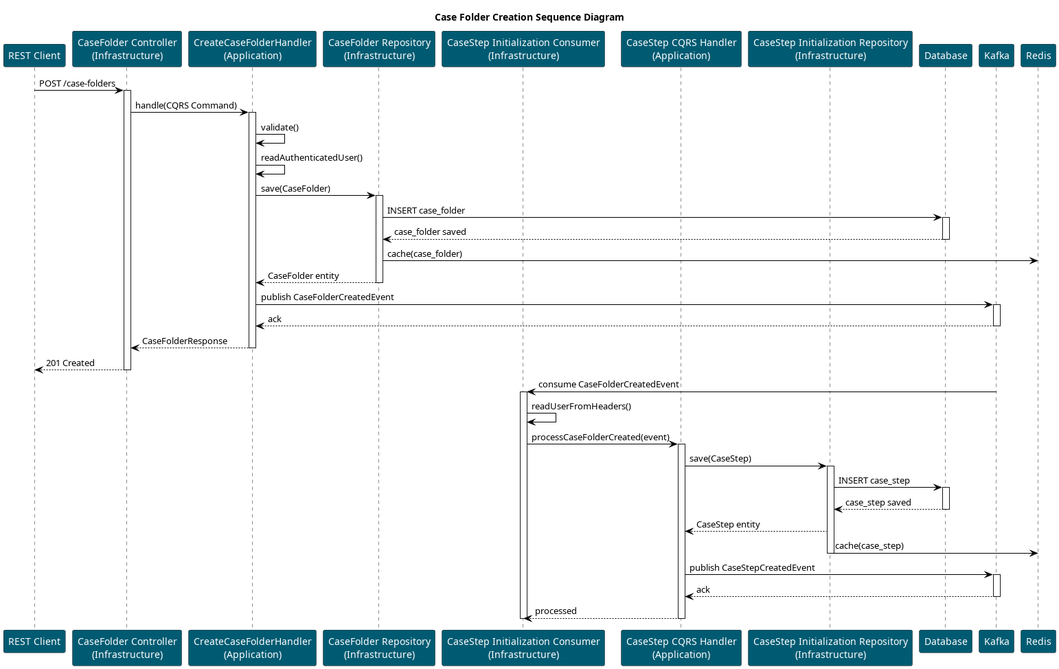
This is images/case-folder-creation-diagram.png from labcabrera/archetype-spring-cloud-stream-vertical-slice, a PlantUML export, as it was before one commit.
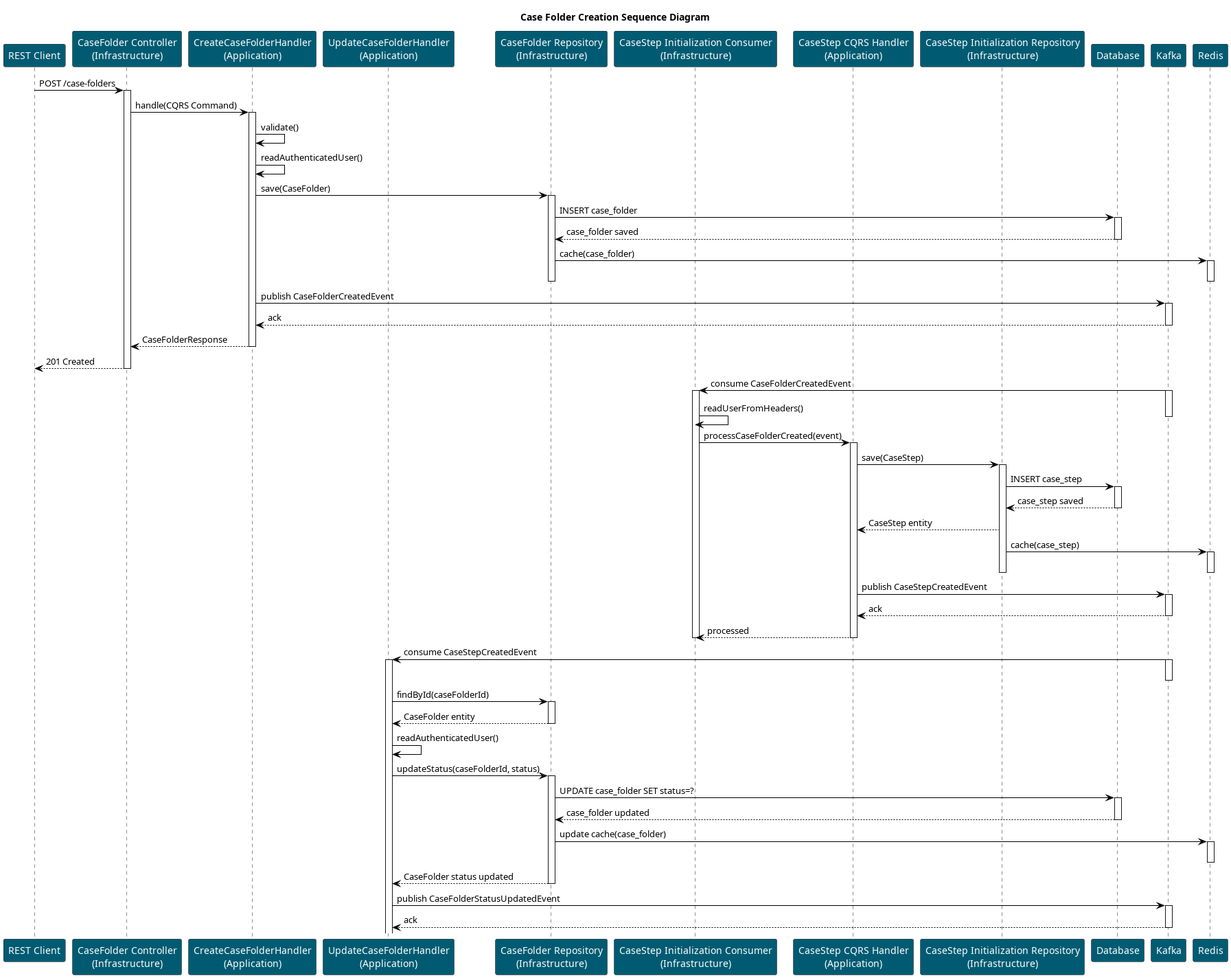
Above is the later version.

What changed in the source:
```diff
@@ -6,66 +6,100 @@
 skinparam ArrowColor #000000
 
 participant "REST Client" as Client
-participant "CaseFolder Controller\n(Infrastructure)" as CaseFolderCtrl
-participant "CreateCaseFolderHandler\n(Application)" as CaseFolderHandler
-participant "CaseFolder Repository\n(Infrastructure)" as CaseFolderRepo
-participant "CaseStep Initialization Consumer\n(Infrastructure)" as ConfConsumer
+participant "CaseFolder Controller\n(Infrastructure)" as CaseFolderController
+participant "CreateCaseFolderHandler\n(Application)" as CreateCaseFolderHandler
+participant "UpdateCaseFolderHandler\n(Application)" as UpdateCaseFolderHandler
+participant "CaseFolder Repository\n(Infrastructure)" as CaseFolderRepository
+participant "CaseStep Initialization Consumer\n(Infrastructure)" as CaseStepConsumer
 participant "CaseStep CQRS Handler\n(Application)" as ConfService
-participant "CaseStep Initialization Repository\n(Infrastructure)" as ConfRepo
+participant "CaseStep Initialization Repository\n(Infrastructure)" as CaseStepRepository
 participant "Database" as DB
 participant "Kafka" as Kafka
 participant "Redis" as Redis
 
-Client -> CaseFolderCtrl: POST /case-folders
-activate CaseFolderCtrl
+Client -> CaseFolderController: POST /case-folders
+activate CaseFolderController
 
-CaseFolderCtrl -> CaseFolderHandler: handle(CQRS Command)
-activate CaseFolderHandler
-CaseFolderHandler -> CaseFolderHandler: validate()
-CaseFolderHandler -> CaseFolderHandler: readAuthenticatedUser()
-CaseFolderHandler -> CaseFolderRepo: save(CaseFolder)
-activate CaseFolderRepo
-CaseFolderRepo -> DB: INSERT case_folder
+CaseFolderController -> CreateCaseFolderHandler: handle(CQRS Command)
+activate CreateCaseFolderHandler
+CreateCaseFolderHandler -> CreateCaseFolderHandler: validate()
+CreateCaseFolderHandler -> CreateCaseFolderHandler: readAuthenticatedUser()
+CreateCaseFolderHandler -> CaseFolderRepository: save(CaseFolder)
+activate CaseFolderRepository
+CaseFolderRepository -> DB: INSERT case_folder
 activate DB
-DB --> CaseFolderRepo: case_folder saved
+DB --> CaseFolderRepository: case_folder saved
 deactivate DB
-CaseFolderRepo -> Redis: cache(case_folder)
-CaseFolderRepo --> CaseFolderHandler: CaseFolder entity
-deactivate CaseFolderRepo
+CaseFolderRepository -> Redis: cache(case_folder)
+activate Redis
+deactivate Redis
 
-CaseFolderHandler -> Kafka: publish CaseFolderCreatedEvent
+deactivate CaseFolderRepository
+
+CreateCaseFolderHandler -> Kafka: publish CaseFolderCreatedEvent
 activate Kafka
-Kafka --> CaseFolderHandler: ack
+Kafka --> CreateCaseFolderHandler: ack
 deactivate Kafka
 
-CaseFolderHandler --> CaseFolderCtrl: CaseFolderResponse
-deactivate CaseFolderHandler
-CaseFolderCtrl --> Client: 201 Created
-deactivate CaseFolderCtrl
+CreateCaseFolderHandler --> CaseFolderController: CaseFolderResponse
+deactivate CreateCaseFolderHandler
+CaseFolderController --> Client: 201 Created
+deactivate CaseFolderController
 
-Kafka -> ConfConsumer: consume CaseFolderCreatedEvent
-activate ConfConsumer
-ConfConsumer -> ConfConsumer: readUserFromHeaders()
+Kafka -> CaseStepConsumer: consume CaseFolderCreatedEvent
+activate Kafka
+activate CaseStepConsumer
+CaseStepConsumer -> CaseStepConsumer: readUserFromHeaders()
+deactivate Kafka
 
-ConfConsumer -> ConfService: processCaseFolderCreated(event)
+CaseStepConsumer -> ConfService: processCaseFolderCreated(event)
 activate ConfService
 
-ConfService -> ConfRepo: save(CaseStep)
-activate ConfRepo
-ConfRepo -> DB: INSERT case_step
+ConfService -> CaseStepRepository: save(CaseStep)
+activate CaseStepRepository
+CaseStepRepository -> DB: INSERT case_step
 activate DB
-DB --> ConfRepo: case_step saved
+DB --> CaseStepRepository: case_step saved
 deactivate DB
-ConfRepo --> ConfService: CaseStep entity
-ConfRepo -> Redis: cache(case_step)
-deactivate ConfRepo
+CaseStepRepository --> ConfService: CaseStep entity
+CaseStepRepository -> Redis: cache(case_step)
+activate Redis
+deactivate Redis
+deactivate CaseStepRepository
 ConfService -> Kafka: publish CaseStepCreatedEvent
 activate Kafka
 Kafka --> ConfService: ack
 deactivate Kafka
 
-ConfService --> ConfConsumer: processed
+ConfService --> CaseStepConsumer: processed
 deactivate ConfService
-deactivate ConfConsumer
+deactivate CaseStepConsumer
+
+Kafka -> UpdateCaseFolderHandler: consume CaseStepCreatedEvent
+activate Kafka
+deactivate Kafka
+activate UpdateCaseFolderHandler
+UpdateCaseFolderHandler -> CaseFolderRepository: findById(caseFolderId)
+activate CaseFolderRepository
+CaseFolderRepository --> UpdateCaseFolderHandler: CaseFolder entity
+deactivate CaseFolderRepository
+UpdateCaseFolderHandler -> UpdateCaseFolderHandler: readAuthenticatedUser()
+
+UpdateCaseFolderHandler -> CaseFolderRepository: updateStatus(caseFolderId, status)
+activate CaseFolderRepository
+CaseFolderRepository -> DB: UPDATE case_folder SET status=?
+activate DB
+DB --> CaseFolderRepository: case_folder updated
+deactivate DB
+CaseFolderRepository -> Redis: update cache(case_folder)
+activate Redis
+deactivate Redis
+CaseFolderRepository --> UpdateCaseFolderHandler: CaseFolder status updated
+deactivate CaseFolderRepository
+
+UpdateCaseFolderHandler -> Kafka: publish CaseFolderStatusUpdatedEvent
+activate Kafka
+Kafka --> UpdateCaseFolderHandler: ack
+deactivate Kafka
 
 @enduml
```
